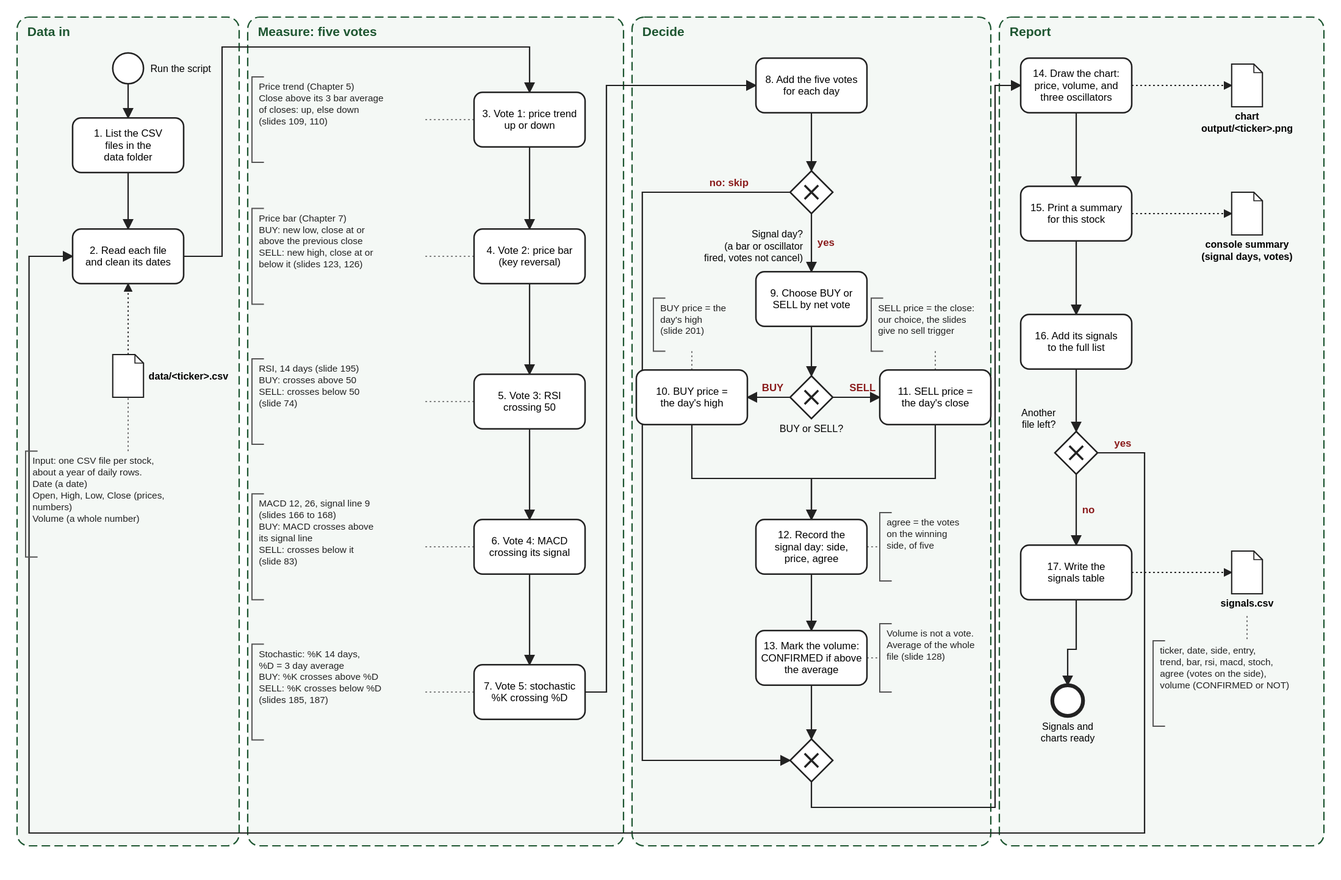
Above: chapter-07/activity/First Automation FIN1209/First Automation FIN1209 - Example Flowchart.svg in benjiesotelo-sudo/Telos_FIN1209 (BPMN), before the change. Its source is kept beside it as chapter-07/activity/First Automation FIN1209/First Automation FIN1209 - Example Flowchart.bpmn. Ids are renumbered.
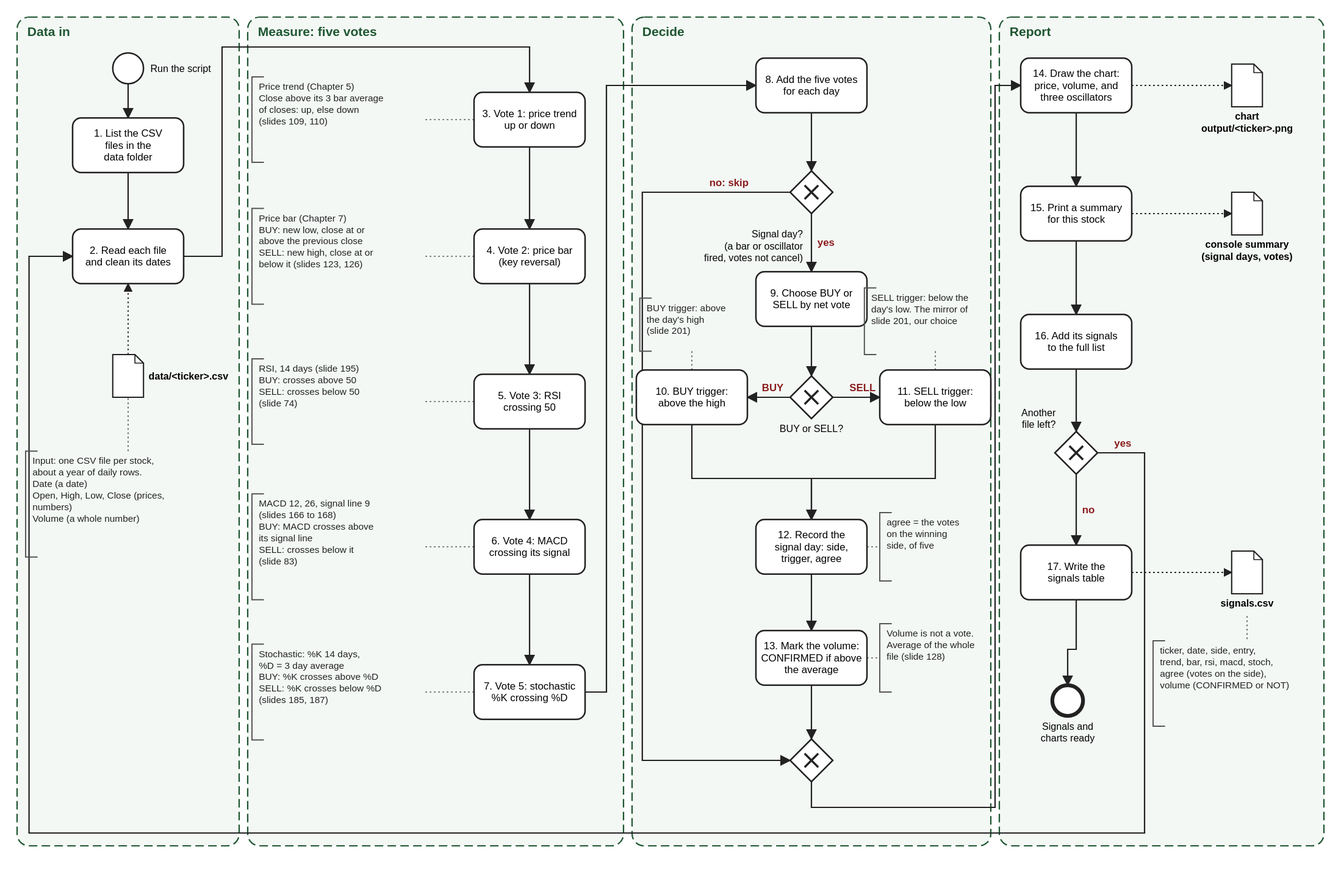
Later version of the same file.

Change to the diagram source:
```diff
@@ -94,21 +94,21 @@
       <bpmn:outgoing>F12</bpmn:outgoing>
       <bpmn:outgoing>F13</bpmn:outgoing>
     </bpmn:exclusiveGateway>
-    <bpmn:textAnnotation id="N5"><bpmn:text>BUY price = the
-day&#x27;s high
+    <bpmn:textAnnotation id="N5"><bpmn:text>BUY trigger: above
+the day&#x27;s high
 (slide 201)</bpmn:text></bpmn:textAnnotation>
-    <bpmn:textAnnotation id="N6"><bpmn:text>SELL price = the close:
-our choice, the slides
-give no sell trigger</bpmn:text></bpmn:textAnnotation>
-    <bpmn:task id="T10" name="10. BUY price = the day&#x27;s high">
+    <bpmn:textAnnotation id="N6"><bpmn:text>SELL trigger: below the
+day&#x27;s low. The mirror of
+slide 201, our choice</bpmn:text></bpmn:textAnnotation>
+    <bpmn:task id="T10" name="10. BUY trigger: above the high">
       <bpmn:incoming>F12</bpmn:incoming>
       <bpmn:outgoing>F14</bpmn:outgoing>
     </bpmn:task>
-    <bpmn:task id="T11" name="11. SELL price = the day&#x27;s close">
+    <bpmn:task id="T11" name="11. SELL trigger: below the low">
       <bpmn:incoming>F13</bpmn:incoming>
       <bpmn:outgoing>F15</bpmn:outgoing>
     </bpmn:task>
-    <bpmn:task id="T12" name="12. Record the signal day: side, price, agree">
+    <bpmn:task id="T12" name="12. Record the signal day: side, trigger, agree">
       <bpmn:incoming>F14</bpmn:incoming>
       <bpmn:incoming>F15</bpmn:incoming>
       <bpmn:outgoing>F16</bpmn:outgoing>
@@ -275,10 +275,10 @@
         <bpmndi:BPMNLabel><dc:Bounds x="880" y="494" width="120" height="27" /></bpmndi:BPMNLabel>
       </bpmndi:BPMNShape>
       <bpmndi:BPMNShape id="N5_di" bpmnElement="N5">
-        <dc:Bounds x="755" y="349" width="118" height="62" />
+        <dc:Bounds x="739" y="349" width="134" height="62" />
       </bpmndi:BPMNShape>
       <bpmndi:BPMNShape id="N6_di" bpmnElement="N6">
-        <dc:Bounds x="1010" y="349" width="150" height="62" />
+        <dc:Bounds x="1002" y="337" width="166" height="78" />
       </bpmndi:BPMNShape>
       <bpmndi:BPMNShape id="T10_di" bpmnElement="T10">
         <dc:Bounds x="735" y="433" width="130" height="64" />
```
